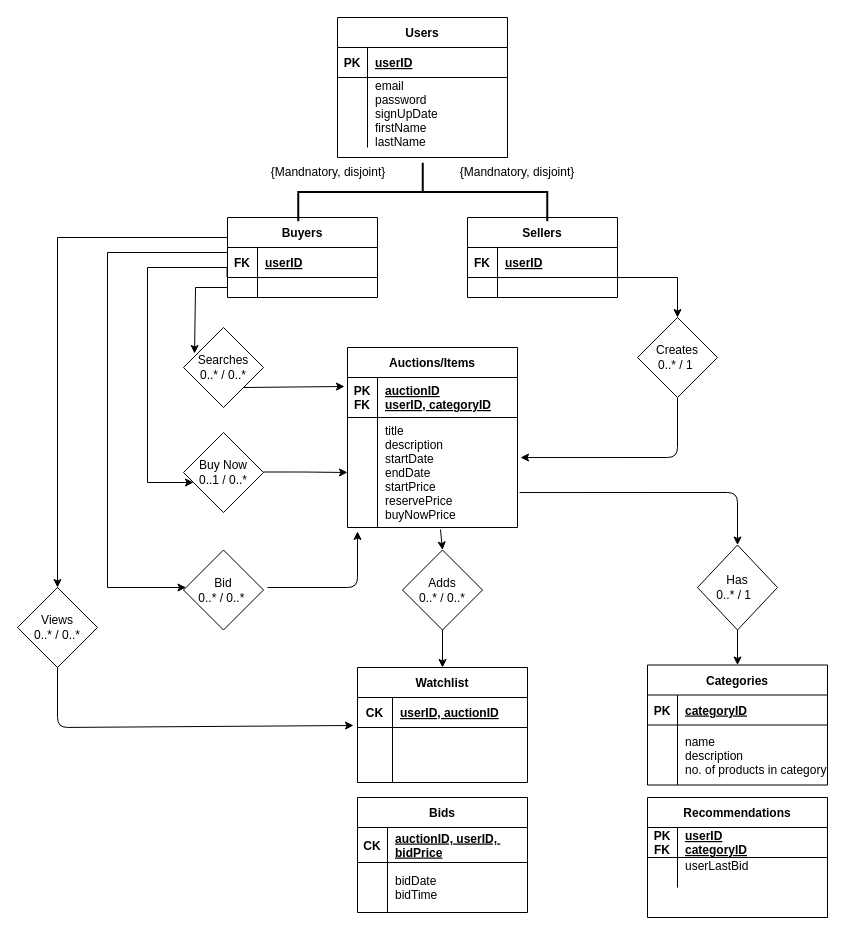
Above: ER_diagram.drawio in shaundbs/databases-coursework (draw.io), before the change. Source tidied: cells renumbered, new cells numbered last; positions are measured from the earlier drawing's top-left corner, leaving out a move shared by most shapes. Both pictures are drawn from the tidied source at 100%, with x=0, y=0 at pixel (17, 17).
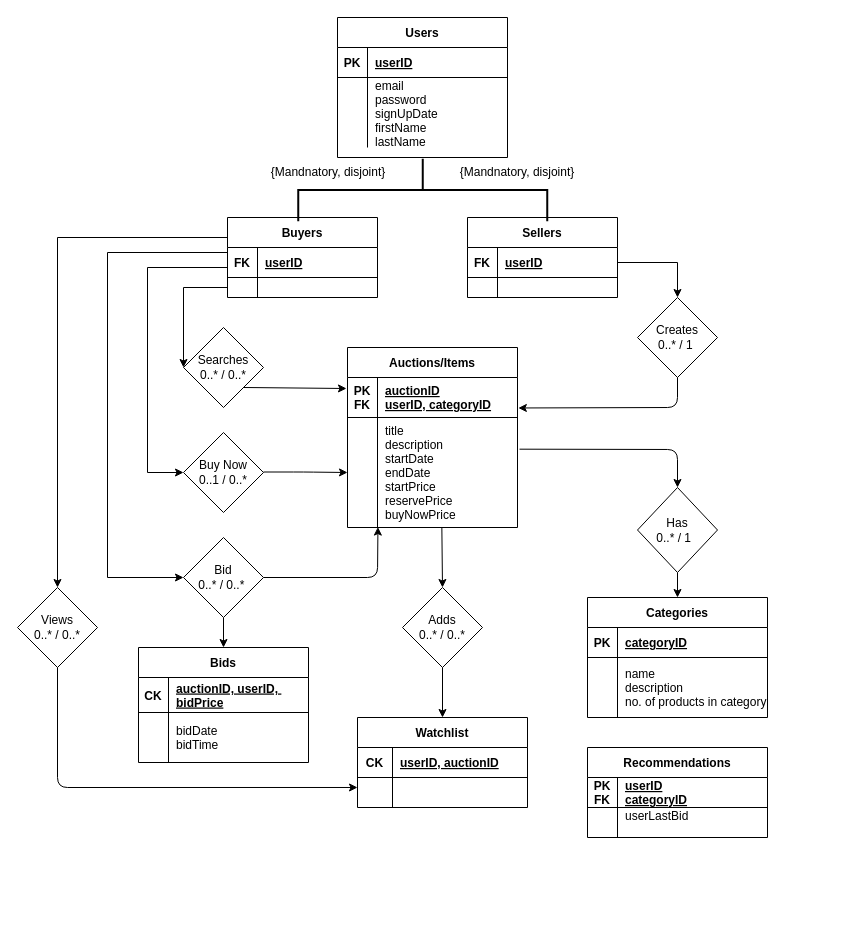
Above is the later version.

The change refers to these unchanged cells:
```xml
<mxCell id="4" style="shape=partialRectangle;fillColor=none;points=[[0,0.5],[1,0.5]];portConstraint=eastwest;top=0;left=0;right=0;bottom=1;" parent="3" vertex="1">
  <mxGeometry y="30" width="150" height="30" as="geometry" />
</mxCell>
<mxCell id="7" style="shape=partialRectangle;fillColor=none;points=[[0,0.5],[1,0.5]];portConstraint=eastwest;top=0;left=0;right=0;bottom=0;" parent="3" vertex="1">
  <mxGeometry y="60" width="150" height="20" as="geometry" />
</mxCell>
<mxCell id="11" style="shape=partialRectangle;fillColor=none;points=[[0,0.5],[1,0.5]];portConstraint=eastwest;top=0;left=0;right=0;bottom=1;" parent="10" vertex="1">
  <mxGeometry y="30" width="150" height="30" as="geometry" />
</mxCell>
<mxCell id="14" style="shape=partialRectangle;fillColor=none;points=[[0,0.5],[1,0.5]];portConstraint=eastwest;top=0;left=0;right=0;bottom=0;" parent="10" vertex="1">
  <mxGeometry y="60" width="150" height="20" as="geometry" />
</mxCell>
<mxCell id="27" value="Searches&lt;br&gt;0..* / 0..*" style="rhombus;whiteSpace=wrap;html=1;" parent="1" vertex="1">
  <mxGeometry x="166" y="310" width="80" height="80" as="geometry" />
</mxCell>
<mxCell id="35" style="shape=partialRectangle;fillColor=none;points=[[0,0.5],[1,0.5]];portConstraint=eastwest;top=0;left=0;right=0;bottom=1;" parent="34" vertex="1">
  <mxGeometry y="30" width="170" height="40" as="geometry" />
</mxCell>
<mxCell id="38" style="shape=partialRectangle;fillColor=none;points=[[0,0.5],[1,0.5]];portConstraint=eastwest;top=0;left=0;right=0;bottom=0;" parent="34" vertex="1">
  <mxGeometry y="70" width="170" height="110" as="geometry" />
</mxCell>
<mxCell id="41" value="Views&lt;br&gt;0..* / 0..*" style="rhombus;whiteSpace=wrap;html=1;" parent="1" vertex="1">
  <mxGeometry y="570" width="80" height="80" as="geometry" />
</mxCell>
<mxCell id="42" value="Buy Now&lt;br&gt;0..1 / 0..*" style="rhombus;whiteSpace=wrap;html=1;" parent="1" vertex="1">
  <mxGeometry x="166" y="415" width="80" height="80" as="geometry" />
</mxCell>
```

Change to the diagram source:
```diff
@@
     <mxCell id="17" style="strokeWidth=2;html=1;shape=mxgraph.flowchart.annotation_2;align=left;labelPosition=right;rotation=90;" parent="1" vertex="1">
-      <mxGeometry x="376" y="50" width="58.5" height="249" as="geometry" />
+      <mxGeometry x="374" y="48" width="62.5" height="249" as="geometry" />
     </mxCell>
@@
     <mxCell id="25" value="Creates&lt;br&gt;0..* / 1&amp;nbsp;" style="rhombus;whiteSpace=wrap;html=1;" parent="1" vertex="1">
-      <mxGeometry x="620" y="300" width="80" height="80" as="geometry" />
+      <mxGeometry x="620" y="280" width="80" height="80" as="geometry" />
     </mxCell>
-    <mxCell id="26" style="edgeStyle=orthogonalEdgeStyle;rounded=0;jettySize=auto;html=1;exitX=1;exitY=0.5;exitDx=0;exitDy=0;entryX=0.5;entryY=0;entryDx=0;entryDy=0;" parent="1" edge="1" source="14" target="25">
+    <mxCell id="26" style="edgeStyle=orthogonalEdgeStyle;rounded=0;jettySize=auto;html=1;exitX=1;exitY=0.5;exitDx=0;exitDy=0;entryX=0.5;entryY=0;entryDx=0;entryDy=0;" parent="1" edge="1" source="11" target="25">
       <mxGeometry relative="1" as="geometry">
         <Array as="points">
-          <mxPoint x="660" y="260" />
+          <mxPoint x="660" y="245" />
         </Array>
       </mxGeometry>
     </mxCell>
@@
-    <mxCell id="28" style="edgeStyle=orthogonalEdgeStyle;rounded=0;jettySize=auto;html=1;entryX=0.138;entryY=0.325;entryDx=0;entryDy=0;exitX=0;exitY=0.5;exitDx=0;exitDy=0;entryPerimeter=0;" parent="1" edge="1" source="7" target="27">
+    <mxCell id="28" style="edgeStyle=orthogonalEdgeStyle;rounded=0;jettySize=auto;html=1;entryX=0;entryY=0.5;entryDx=0;entryDy=0;exitX=0;exitY=0.5;exitDx=0;exitDy=0;" parent="1" edge="1" source="7" target="27">
       <mxGeometry relative="1" as="geometry">
         <Array as="points">
-          <mxPoint x="178" y="270" />
+          <mxPoint x="166" y="270" />
         </Array>
       </mxGeometry>
     </mxCell>
+    <mxCell id="82" style="edgeStyle=orthogonalEdgeStyle;rounded=0;jettySize=auto;html=1;exitX=0.5;exitY=1;exitDx=0;exitDy=0;entryX=0.5;entryY=0;entryDx=0;entryDy=0;" parent="1" edge="1" source="29" target="58">
+      <mxGeometry relative="1" as="geometry" />
+    </mxCell>
     <mxCell id="29" value="Bid&lt;br&gt;0..* / 0..*&amp;nbsp;" style="rhombus;whiteSpace=wrap;html=1;" parent="1" vertex="1">
-      <mxGeometry x="166" y="532.5" width="80" height="80" as="geometry" />
+      <mxGeometry x="166" y="520" width="80" height="80" as="geometry" />
     </mxCell>
-    <mxCell id="30" style="edgeStyle=orthogonalEdgeStyle;rounded=0;jettySize=auto;html=1;exitX=0;exitY=0.5;exitDx=0;exitDy=0;" parent="1" edge="1" source="4" target="29">
+    <mxCell id="30" style="edgeStyle=orthogonalEdgeStyle;rounded=0;jettySize=auto;html=1;exitX=0;exitY=0.5;exitDx=0;exitDy=0;entryX=0;entryY=0.5;entryDx=0;entryDy=0;" parent="1" edge="1" source="4" target="29">
       <mxGeometry relative="1" as="geometry">
         <Array as="points">
           <mxPoint x="210" y="235" />
           <mxPoint x="90" y="235" />
-          <mxPoint x="90" y="570" />
+          <mxPoint x="90" y="560" />
         </Array>
       </mxGeometry>
     </mxCell>
     <mxCell id="31" value="Adds&lt;br&gt;0..* / 0..*" style="rhombus;whiteSpace=wrap;html=1;" parent="1" vertex="1">
-      <mxGeometry x="385" y="532.5" width="80" height="80" as="geometry" />
+      <mxGeometry x="385" y="570" width="80" height="80" as="geometry" />
     </mxCell>
@@
     <mxCell id="33" value="Has&lt;br&gt;0..* / 1 &amp;nbsp;" style="rhombus;whiteSpace=wrap;html=1;" parent="1" vertex="1">
-      <mxGeometry x="680" y="527.5" width="80" height="85" as="geometry" />
+      <mxGeometry x="620" y="470" width="80" height="85" as="geometry" />
     </mxCell>
@@
-    <mxCell id="43" style="edgeStyle=orthogonalEdgeStyle;rounded=0;jettySize=auto;html=1;exitX=-0.003;exitY=-0.01;exitDx=0;exitDy=0;exitPerimeter=0;" parent="1" edge="1" source="7" target="42">
+    <mxCell id="43" style="edgeStyle=orthogonalEdgeStyle;rounded=0;jettySize=auto;html=1;entryX=0;entryY=0.5;entryDx=0;entryDy=0;" parent="1" edge="1" target="42">
       <mxGeometry relative="1" as="geometry">
+        <mxPoint x="210" y="250" as="sourcePoint" />
         <Array as="points">
           <mxPoint x="210" y="250" />
           <mxPoint x="130" y="250" />
-          <mxPoint x="130" y="465" />
+          <mxPoint x="130" y="455" />
         </Array>
       </mxGeometry>
     </mxCell>
     <mxCell id="44" value="Watchlist" style="shape=table;startSize=30;childLayout=tableLayout;rowLines=0;fontStyle=1;align=center;" parent="1" vertex="1">
-      <mxGeometry x="340" y="650" width="170" height="115" as="geometry" />
+      <mxGeometry x="340" y="700" width="170" height="90" as="geometry" />
     </mxCell>
@@
     <mxCell id="48" style="shape=partialRectangle;fillColor=none;points=[[0,0.5],[1,0.5]];portConstraint=eastwest;top=0;left=0;right=0;bottom=0;" parent="44" vertex="1">
-      <mxGeometry y="60" width="170" height="55" as="geometry" />
+      <mxGeometry y="60" width="170" height="30" as="geometry" />
     </mxCell>
     <mxCell id="49" style="shape=partialRectangle;overflow=hidden;fillColor=none;top=0;left=0;bottom=0;right=0;" parent="48" vertex="1">
-      <mxGeometry width="35" height="55" as="geometry" />
+      <mxGeometry width="35" height="30" as="geometry" />
     </mxCell>
     <mxCell id="50" style="shape=partialRectangle;overflow=hidden;fillColor=none;top=0;left=0;bottom=0;right=0;align=left;spacingLeft=6;" parent="48" vertex="1">
-      <mxGeometry x="35" width="135" height="55" as="geometry" />
+      <mxGeometry x="35" width="135" height="30" as="geometry" />
     </mxCell>
     <mxCell id="51" value="Recommendations" style="shape=table;startSize=30;childLayout=tableLayout;rowLines=0;fontStyle=1;align=center;" parent="1" vertex="1">
-      <mxGeometry x="630" y="780" width="180" height="120" as="geometry" />
+      <mxGeometry x="570" y="730" width="180" height="90" as="geometry" />
     </mxCell>
@@
     <mxCell id="58" value="Bids" style="shape=table;startSize=30;childLayout=tableLayout;rowLines=0;fontStyle=1;align=center;" parent="1" vertex="1">
-      <mxGeometry x="340" y="780" width="170" height="115" as="geometry" />
+      <mxGeometry x="121" y="630" width="170" height="115" as="geometry" />
     </mxCell>
@@
     <mxCell id="65" value="Categories" style="shape=table;startSize=30;childLayout=tableLayout;rowLines=0;fontStyle=1;align=center;" parent="1" vertex="1">
-      <mxGeometry x="630" y="647.5" width="180" height="120" as="geometry" />
+      <mxGeometry x="570" y="580" width="180" height="120" as="geometry" />
     </mxCell>
@@
-    <mxCell id="74" style="endArrow=classic;html=1;exitX=1;exitY=1;exitDx=0;exitDy=0;" parent="1" edge="1" source="27">
-      <mxGeometry relative="1" as="geometry">
-        <mxPoint x="327" y="369" as="targetPoint" />
-      </mxGeometry>
+    <mxCell id="74" style="endArrow=classic;html=1;exitX=1;exitY=1;exitDx=0;exitDy=0;entryX=-0.006;entryY=0.275;entryDx=0;entryDy=0;entryPerimeter=0;" parent="1" edge="1" source="27" target="35">
+      <mxGeometry relative="1" as="geometry" />
     </mxCell>
@@
-    <mxCell id="76" style="endArrow=classic;html=1;entryX=0.059;entryY=1.036;entryDx=0;entryDy=0;entryPerimeter=0;" parent="1" edge="1" target="38">
+    <mxCell id="76" style="endArrow=classic;html=1;entryX=0.179;entryY=0.996;entryDx=0;entryDy=0;entryPerimeter=0;exitX=1;exitY=0.5;exitDx=0;exitDy=0;" parent="1" edge="1" source="29" target="38">
       <mxGeometry relative="1" as="geometry">
-        <mxPoint x="250" y="570" as="sourcePoint" />
         <Array as="points">
-          <mxPoint x="340" y="570" />
+          <mxPoint x="360" y="560" />
         </Array>
       </mxGeometry>
     </mxCell>
-    <mxCell id="77" style="endArrow=classic;html=1;exitX=0.5;exitY=1;exitDx=0;exitDy=0;entryX=1.018;entryY=0.364;entryDx=0;entryDy=0;entryPerimeter=0;" parent="1" edge="1" source="25" target="38">
+    <mxCell id="77" style="endArrow=classic;html=1;exitX=0.5;exitY=1;exitDx=0;exitDy=0;entryX=1.005;entryY=0.762;entryDx=0;entryDy=0;entryPerimeter=0;" parent="1" edge="1" source="25" target="35">
       <mxGeometry relative="1" as="geometry">
         <Array as="points">
-          <mxPoint x="660" y="440" />
+          <mxPoint x="660" y="390" />
         </Array>
       </mxGeometry>
     </mxCell>
-    <mxCell id="78" style="endArrow=classic;html=1;exitX=0.5;exitY=1;exitDx=0;exitDy=0;" parent="1" edge="1" source="41">
+    <mxCell id="78" style="endArrow=classic;html=1;exitX=0.5;exitY=1;exitDx=0;exitDy=0;entryX=0;entryY=0.333;entryDx=0;entryDy=0;entryPerimeter=0;" parent="1" edge="1" source="41" target="48">
       <mxGeometry relative="1" as="geometry">
-        <mxPoint x="336" y="708" as="targetPoint" />
         <Array as="points">
-          <mxPoint x="40" y="710" />
+          <mxPoint x="40" y="770" />
         </Array>
       </mxGeometry>
     </mxCell>
-    <mxCell id="79" style="endArrow=classic;html=1;exitX=0.547;exitY=1.018;exitDx=0;exitDy=0;exitPerimeter=0;entryX=0.5;entryY=0;entryDx=0;entryDy=0;" parent="1" edge="1" source="38" target="31">
+    <mxCell id="79" style="endArrow=classic;html=1;exitX=0.555;exitY=0.997;exitDx=0;exitDy=0;exitPerimeter=0;entryX=0.5;entryY=0;entryDx=0;entryDy=0;" parent="1" edge="1" source="38" target="31">
       <mxGeometry relative="1" as="geometry" />
     </mxCell>
@@
-    <mxCell id="81" style="endArrow=classic;html=1;exitX=1.012;exitY=0.682;exitDx=0;exitDy=0;exitPerimeter=0;entryX=0.5;entryY=0;entryDx=0;entryDy=0;" parent="1" edge="1" source="38" target="33">
+    <mxCell id="81" style="endArrow=classic;html=1;exitX=1.012;exitY=0.288;exitDx=0;exitDy=0;exitPerimeter=0;entryX=0.5;entryY=0;entryDx=0;entryDy=0;" parent="1" edge="1" source="38" target="33">
       <mxGeometry relative="1" as="geometry">
         <Array as="points">
-          <mxPoint x="720" y="475" />
+          <mxPoint x="660" y="432" />
         </Array>
       </mxGeometry>
     </mxCell>
```
